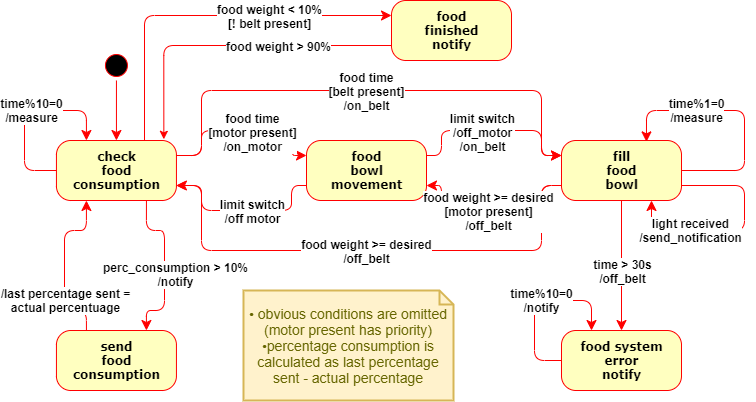
Before: DrawIo/stateDiagramFood.png, a diagram exported from draw.io (SmartDogHouse/Report). Source tidied: cells renumbered, new cells last; positions are measured from the earlier drawing's top-left corner, leaving out a move shared by most shapes.
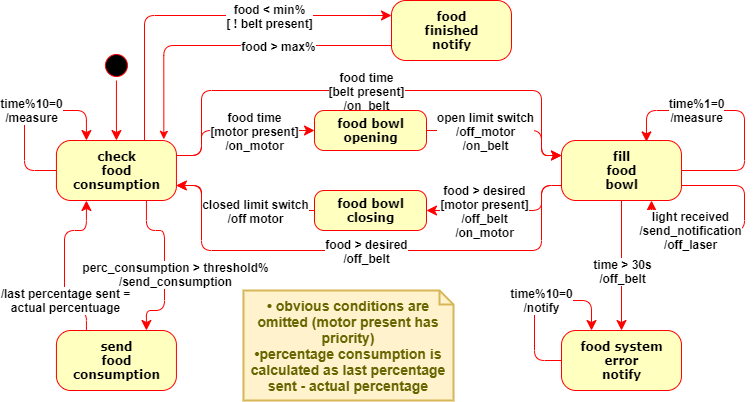
The same file after the commit.

What changed in the source:
```diff
@@ -68,7 +68,7 @@
         </Array>
       </mxGeometry>
     </mxCell>
-    <mxCell id="14" value="&lt;span style=&quot;font-weight: 700 ; font-family: &amp;#34;helvetica&amp;#34;&quot;&gt;time%1=0&lt;/span&gt;&lt;br style=&quot;font-weight: 700 ; font-family: &amp;#34;helvetica&amp;#34;&quot;&gt;&lt;span style=&quot;font-weight: 700 ; font-family: &amp;#34;helvetica&amp;#34;&quot;&gt;/measure&lt;/span&gt;" style="edgeLabel;html=1;align=center;verticalAlign=middle;fontSize=12;" parent="13" vertex="1">
+    <mxCell id="14" value="&lt;span style=&quot;font-family: helvetica;&quot;&gt;time%1=0&lt;/span&gt;&lt;br style=&quot;font-family: helvetica;&quot;&gt;&lt;span style=&quot;font-family: helvetica;&quot;&gt;/measure&lt;/span&gt;" style="edgeLabel;html=1;align=center;verticalAlign=middle;fontSize=12;fontStyle=1;" parent="13" vertex="1">
       <mxGeometry x="0.52" y="-1" relative="1" as="geometry">
         <mxPoint x="20" as="offset" />
       </mxGeometry>
@@ -83,7 +83,7 @@
         </Array>
       </mxGeometry>
     </mxCell>
-    <mxCell id="16" value="food weight &amp;gt;= desired&lt;br style=&quot;font-size: 12px;&quot;&gt;/off_belt" style="edgeLabel;align=center;verticalAlign=middle;fontSize=12;fontStyle=1;horizontal=1;html=1;" parent="15" vertex="1">
+    <mxCell id="16" value="food &amp;gt; desired&lt;br style=&quot;font-size: 12px&quot;&gt;/off_belt" style="edgeLabel;align=center;verticalAlign=middle;fontSize=12;fontStyle=1;horizontal=1;html=1;" parent="15" vertex="1">
       <mxGeometry x="-0.26" y="-4" relative="1" as="geometry">
         <mxPoint x="63" y="-4" as="offset" />
       </mxGeometry>
@@ -109,7 +109,7 @@
         </Array>
       </mxGeometry>
     </mxCell>
-    <mxCell id="21" value="perc_consumption &amp;gt; 10%&lt;br&gt;/notify" style="edgeLabel;html=1;align=center;verticalAlign=middle;fontSize=12;fontStyle=1;" parent="20" vertex="1">
+    <mxCell id="21" value="perc_consumption &amp;gt; threshold%&lt;br&gt;/send_consumption" style="edgeLabel;html=1;align=center;verticalAlign=middle;fontSize=12;fontStyle=1;" parent="20" vertex="1">
       <mxGeometry x="-0.17" y="4" relative="1" as="geometry">
         <mxPoint x="6" y="23" as="offset" />
       </mxGeometry>
@@ -124,72 +124,64 @@
         </Array>
       </mxGeometry>
     </mxCell>
-    <mxCell id="24" value="food weight &amp;lt; 10%&lt;br style=&quot;font-size: 12px;&quot;&gt;[! belt present]" style="edgeLabel;html=1;align=center;verticalAlign=middle;fontSize=12;fontStyle=1;" parent="23" vertex="1">
+    <mxCell id="24" value="food &amp;lt; min%&lt;br style=&quot;font-size: 12px&quot;&gt;[ ! belt present]" style="edgeLabel;html=1;align=center;verticalAlign=middle;fontSize=12;fontStyle=1;" parent="23" vertex="1">
       <mxGeometry x="0.64" y="1" relative="1" as="geometry">
         <mxPoint x="-55" y="1" as="offset" />
       </mxGeometry>
     </mxCell>
-    <mxCell id="25" value="food&lt;br&gt;bowl&lt;br&gt;movement" style="rounded=1;arcSize=24;fillColor=#ffffc0;strokeColor=#ff0000;shadow=0;comic=0;labelBackgroundColor=none;fontFamily=Verdana;fontSize=12;fontColor=#000000;align=center;fontStyle=1;horizontal=1;html=1;" parent="1" vertex="1">
-      <mxGeometry x="282" y="140" width="120" height="60" as="geometry" />
+    <mxCell id="25" value="food bowl&lt;br&gt;opening" style="rounded=1;arcSize=24;fillColor=#ffffc0;strokeColor=#ff0000;shadow=0;comic=0;labelBackgroundColor=none;fontFamily=Verdana;fontSize=12;fontColor=#000000;align=center;fontStyle=1;horizontal=1;html=1;" parent="1" vertex="1">
+      <mxGeometry x="290" y="110" width="112" height="40" as="geometry" />
     </mxCell>
-    <mxCell id="26" style="edgeStyle=orthogonalEdgeStyle;labelBackgroundColor=none;endArrow=classic;endSize=8;strokeColor=#ff0000;fontFamily=Verdana;fontSize=12;align=left;fontStyle=1;horizontal=1;html=1;endFill=1;exitX=1;exitY=0.25;exitDx=0;exitDy=0;entryX=0;entryY=0.25;entryDx=0;entryDy=0;" parent="1" edge="1" source="4" target="25">
+    <mxCell id="26" style="edgeStyle=orthogonalEdgeStyle;labelBackgroundColor=none;endArrow=classic;endSize=8;strokeColor=#ff0000;fontFamily=Verdana;fontSize=12;align=left;fontStyle=1;horizontal=1;html=1;endFill=1;exitX=1;exitY=0.25;exitDx=0;exitDy=0;entryX=0;entryY=0.5;entryDx=0;entryDy=0;" parent="1" edge="1" source="4" target="25">
       <mxGeometry relative="1" as="geometry">
         <Array as="points">
           <mxPoint x="177" y="155" />
           <mxPoint x="177" y="130" />
-          <mxPoint x="267" y="130" />
-          <mxPoint x="267" y="155" />
         </Array>
       </mxGeometry>
     </mxCell>
     <mxCell id="27" value="food time&lt;br style=&quot;font-size: 12px;&quot;&gt;[motor present]&lt;br style=&quot;font-size: 12px;&quot;&gt;/on_motor" style="edgeLabel;html=1;align=center;verticalAlign=middle;fontSize=12;fontStyle=1;" parent="26" vertex="1">
       <mxGeometry x="0.08" y="-1" relative="1" as="geometry">
-        <mxPoint x="3" as="offset" />
+        <mxPoint x="15" y="-1" as="offset" />
       </mxGeometry>
     </mxCell>
-    <mxCell id="28" style="edgeStyle=orthogonalEdgeStyle;labelBackgroundColor=none;endArrow=classic;endSize=8;strokeColor=#ff0000;fontFamily=Verdana;fontSize=12;align=left;fontStyle=1;horizontal=1;html=1;endFill=1;exitX=0;exitY=0.75;exitDx=0;exitDy=0;entryX=1;entryY=0.75;entryDx=0;entryDy=0;" parent="1" edge="1" source="25" target="4">
+    <mxCell id="28" style="edgeStyle=orthogonalEdgeStyle;labelBackgroundColor=none;endArrow=classic;endSize=8;strokeColor=#ff0000;fontFamily=Verdana;fontSize=12;align=left;fontStyle=1;horizontal=1;html=1;endFill=1;exitX=0;exitY=0.5;exitDx=0;exitDy=0;entryX=1;entryY=0.75;entryDx=0;entryDy=0;" parent="1" edge="1" source="41" target="4">
       <mxGeometry relative="1" as="geometry">
         <Array as="points">
-          <mxPoint x="267" y="185" />
-          <mxPoint x="267" y="210" />
           <mxPoint x="177" y="210" />
           <mxPoint x="177" y="185" />
         </Array>
       </mxGeometry>
     </mxCell>
-    <mxCell id="29" value="limit switch&lt;br style=&quot;font-size: 12px;&quot;&gt;/off motor" style="edgeLabel;html=1;align=center;verticalAlign=middle;fontSize=12;fontStyle=1;" parent="28" vertex="1">
+    <mxCell id="29" value="closed limit switch&lt;br style=&quot;font-size: 12px&quot;&gt;/off motor" style="edgeLabel;html=1;align=center;verticalAlign=middle;fontSize=12;fontStyle=1;" parent="28" vertex="1">
       <mxGeometry x="-0.21" y="-2" relative="1" as="geometry">
-        <mxPoint x="-9" y="2" as="offset" />
+        <mxPoint x="4" y="2" as="offset" />
       </mxGeometry>
     </mxCell>
-    <mxCell id="30" style="edgeStyle=orthogonalEdgeStyle;labelBackgroundColor=none;endArrow=classic;endSize=8;strokeColor=#ff0000;fontFamily=Verdana;fontSize=12;align=left;fontStyle=1;horizontal=1;html=1;endFill=1;entryX=0;entryY=0.25;entryDx=0;entryDy=0;exitX=1;exitY=0.25;exitDx=0;exitDy=0;" parent="1" edge="1" source="25" target="7">
+    <mxCell id="30" style="edgeStyle=orthogonalEdgeStyle;labelBackgroundColor=none;endArrow=classic;endSize=8;strokeColor=#ff0000;fontFamily=Verdana;fontSize=12;align=left;fontStyle=1;horizontal=1;html=1;endFill=1;entryX=0;entryY=0.25;entryDx=0;entryDy=0;exitX=1;exitY=0.5;exitDx=0;exitDy=0;" parent="1" edge="1" source="25" target="7">
       <mxGeometry relative="1" as="geometry">
         <Array as="points">
-          <mxPoint x="417" y="155" />
-          <mxPoint x="417" y="130" />
           <mxPoint x="517" y="130" />
           <mxPoint x="517" y="155" />
         </Array>
       </mxGeometry>
     </mxCell>
-    <mxCell id="31" value="limit switch&lt;br style=&quot;font-size: 12px;&quot;&gt;/off_motor&lt;br style=&quot;font-size: 12px;&quot;&gt;/on_belt" style="edgeLabel;html=1;align=center;verticalAlign=middle;fontSize=12;fontStyle=1;" parent="30" vertex="1">
+    <mxCell id="31" value="open limit switch&lt;br style=&quot;font-size: 12px&quot;&gt;/off_motor&lt;br style=&quot;font-size: 12px&quot;&gt;/on_belt" style="edgeLabel;html=1;align=center;verticalAlign=middle;fontSize=12;fontStyle=1;" parent="30" vertex="1">
       <mxGeometry x="0.08" y="-1" relative="1" as="geometry">
-        <mxPoint x="-20" as="offset" />
+        <mxPoint x="-29" y="-1" as="offset" />
       </mxGeometry>
     </mxCell>
-    <mxCell id="32" style="edgeStyle=orthogonalEdgeStyle;labelBackgroundColor=none;endArrow=classic;endSize=8;strokeColor=#ff0000;fontFamily=Verdana;fontSize=12;align=left;fontStyle=1;horizontal=1;html=1;endFill=1;exitX=0;exitY=0.75;exitDx=0;exitDy=0;entryX=1;entryY=0.75;entryDx=0;entryDy=0;" parent="1" edge="1" source="7" target="25">
+    <mxCell id="32" style="edgeStyle=orthogonalEdgeStyle;labelBackgroundColor=none;endArrow=classic;endSize=8;strokeColor=#ff0000;fontFamily=Verdana;fontSize=12;align=left;fontStyle=1;horizontal=1;html=1;endFill=1;exitX=0;exitY=0.75;exitDx=0;exitDy=0;entryX=1;entryY=0.5;entryDx=0;entryDy=0;" parent="1" edge="1" source="7" target="41">
       <mxGeometry relative="1" as="geometry">
         <Array as="points">
           <mxPoint x="517" y="185" />
           <mxPoint x="517" y="210" />
-          <mxPoint x="417" y="210" />
-          <mxPoint x="417" y="185" />
         </Array>
       </mxGeometry>
     </mxCell>
-    <mxCell id="33" value="&lt;span style=&quot;font-size: 12px;&quot;&gt;food weight &amp;gt;= desired&lt;/span&gt;&lt;br style=&quot;font-size: 12px;&quot;&gt;&lt;span style=&quot;font-size: 12px;&quot;&gt;[motor present]&lt;br style=&quot;font-size: 12px;&quot;&gt;/off_belt&lt;/span&gt;" style="edgeLabel;html=1;align=center;verticalAlign=middle;fontSize=12;fontStyle=1;" parent="32" vertex="1">
+    <mxCell id="33" value="&lt;span style=&quot;font-size: 12px&quot;&gt;food &amp;gt; desired&lt;/span&gt;&lt;br style=&quot;font-size: 12px&quot;&gt;&lt;span style=&quot;font-size: 12px&quot;&gt;[motor present]&lt;br style=&quot;font-size: 12px&quot;&gt;/off_belt&lt;br&gt;/on_motor&lt;br&gt;&lt;/span&gt;" style="edgeLabel;html=1;align=center;verticalAlign=middle;fontSize=12;fontStyle=1;" parent="32" vertex="1">
       <mxGeometry x="-0.09" y="-1" relative="1" as="geometry">
-        <mxPoint x="-15" y="1" as="offset" />
+        <mxPoint x="-30" y="1" as="offset" />
       </mxGeometry>
     </mxCell>
     <mxCell id="34" style="edgeStyle=orthogonalEdgeStyle;labelBackgroundColor=none;endArrow=classic;endSize=8;strokeColor=#ff0000;fontFamily=Verdana;fontSize=12;align=left;fontStyle=1;horizontal=1;html=1;endFill=1;exitX=1;exitY=0.75;exitDx=0;exitDy=0;entryX=0.75;entryY=1;entryDx=0;entryDy=0;" parent="1" edge="1" source="7" target="7">
@@ -201,7 +193,7 @@
         </Array>
       </mxGeometry>
     </mxCell>
-    <mxCell id="35" value="light received&lt;br style=&quot;font-size: 12px;&quot;&gt;/send_notification" style="edgeLabel;align=center;verticalAlign=middle;fontSize=12;horizontal=1;html=1;fontStyle=1;" parent="34" vertex="1">
+    <mxCell id="35" value="light received&lt;br style=&quot;font-size: 12px&quot;&gt;/send_notification&lt;br&gt;/off_laser" style="edgeLabel;align=center;verticalAlign=middle;fontSize=12;horizontal=1;html=1;fontStyle=1;" parent="34" vertex="1">
       <mxGeometry x="0.27" y="-1" relative="1" as="geometry">
         <mxPoint x="-16" as="offset" />
       </mxGeometry>
@@ -225,13 +217,16 @@
         </Array>
       </mxGeometry>
     </mxCell>
-    <mxCell id="39" value="food weight &amp;gt; 90%" style="edgeLabel;html=1;align=center;verticalAlign=middle;fontSize=12;fontStyle=1;" parent="38" vertex="1">
+    <mxCell id="39" value="food &amp;gt; max%" style="edgeLabel;html=1;align=center;verticalAlign=middle;fontSize=12;fontStyle=1;" parent="38" vertex="1">
       <mxGeometry x="0.64" y="1" relative="1" as="geometry">
         <mxPoint x="-55" y="1" as="offset" />
       </mxGeometry>
     </mxCell>
-    <mxCell id="40" value="&lt;span&gt;• obvious conditions are omitted (motor present has priority)&lt;br&gt;•percentage consumption is calculated as last percentage sent - actual percentage&lt;/span&gt;" style="shape=note;strokeWidth=2;fontSize=14;size=14;whiteSpace=wrap;html=1;fillColor=#fff2cc;strokeColor=#d6b656;fontColor=#666600;rounded=1;" parent="1" vertex="1">
+    <mxCell id="40" value="&lt;span&gt;• obvious conditions are omitted (motor present has priority)&lt;br&gt;•percentage consumption is calculated as last percentage sent - actual percentage&lt;/span&gt;" style="shape=note;strokeWidth=2;fontSize=14;size=14;whiteSpace=wrap;html=1;fillColor=#fff2cc;strokeColor=#d6b656;fontColor=#666600;rounded=1;fontStyle=1;" parent="1" vertex="1">
       <mxGeometry x="219" y="290" width="210" height="110" as="geometry" />
     </mxCell>
+    <mxCell id="41" value="food bowl&lt;br&gt;closing" style="rounded=1;arcSize=24;fillColor=#ffffc0;strokeColor=#ff0000;shadow=0;comic=0;labelBackgroundColor=none;fontFamily=Verdana;fontSize=12;fontColor=#000000;align=center;fontStyle=1;horizontal=1;html=1;" parent="1" vertex="1">
+      <mxGeometry x="290" y="190" width="112" height="40" as="geometry" />
+    </mxCell>
   </root>
 </mxGraphModel>
```
